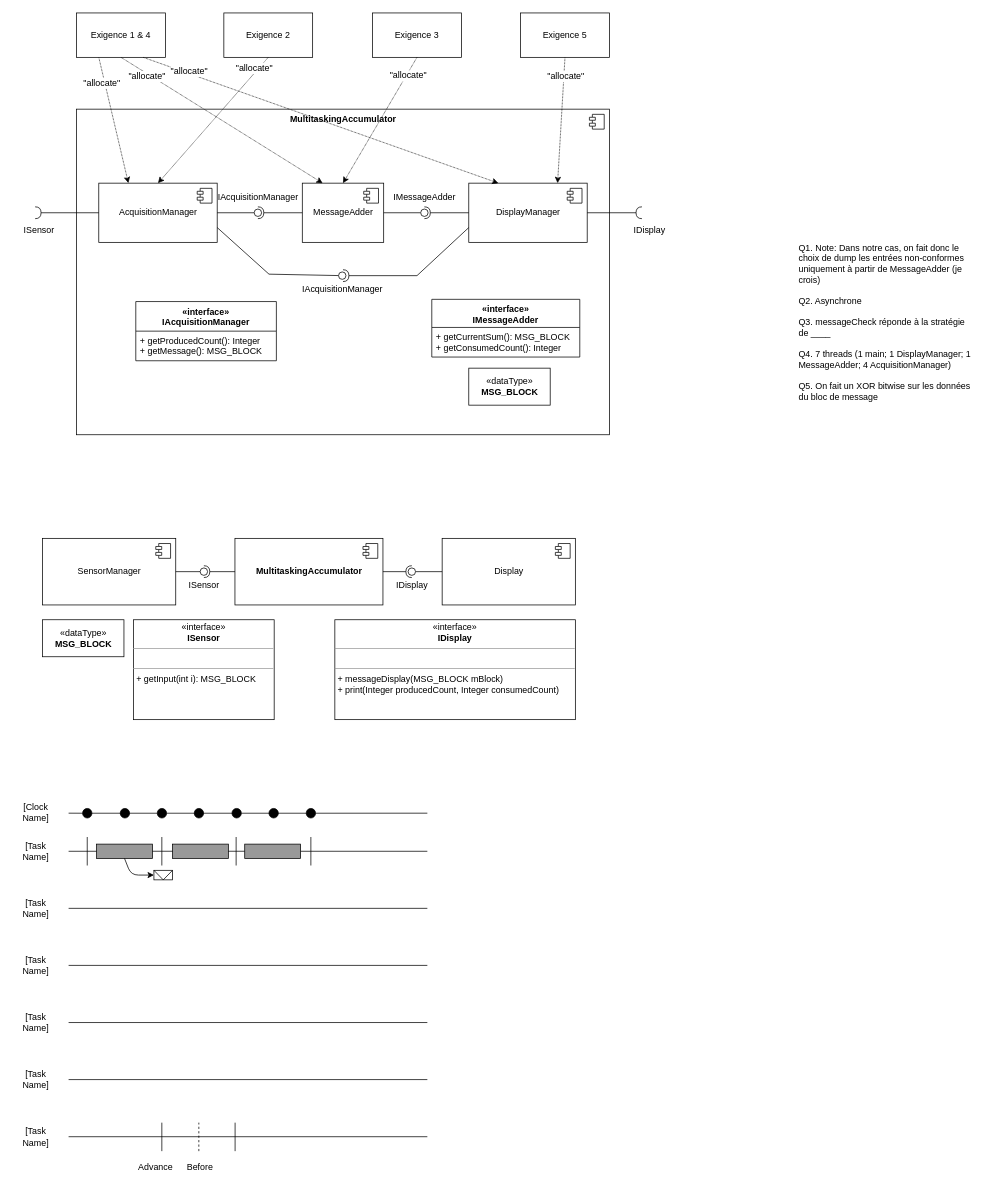
Above: exercice-1/diagrams/conception.drawio in uItimatech/multitasking_training_practical_work (draw.io), before the change. Source tidied: cells renumbered, new cells numbered last; positions are measured from the earlier drawing's top-left corner, leaving out a move shared by most shapes. Both pictures are drawn from the tidied source at 74%, with x=0, y=0 at pixel (13, 13).
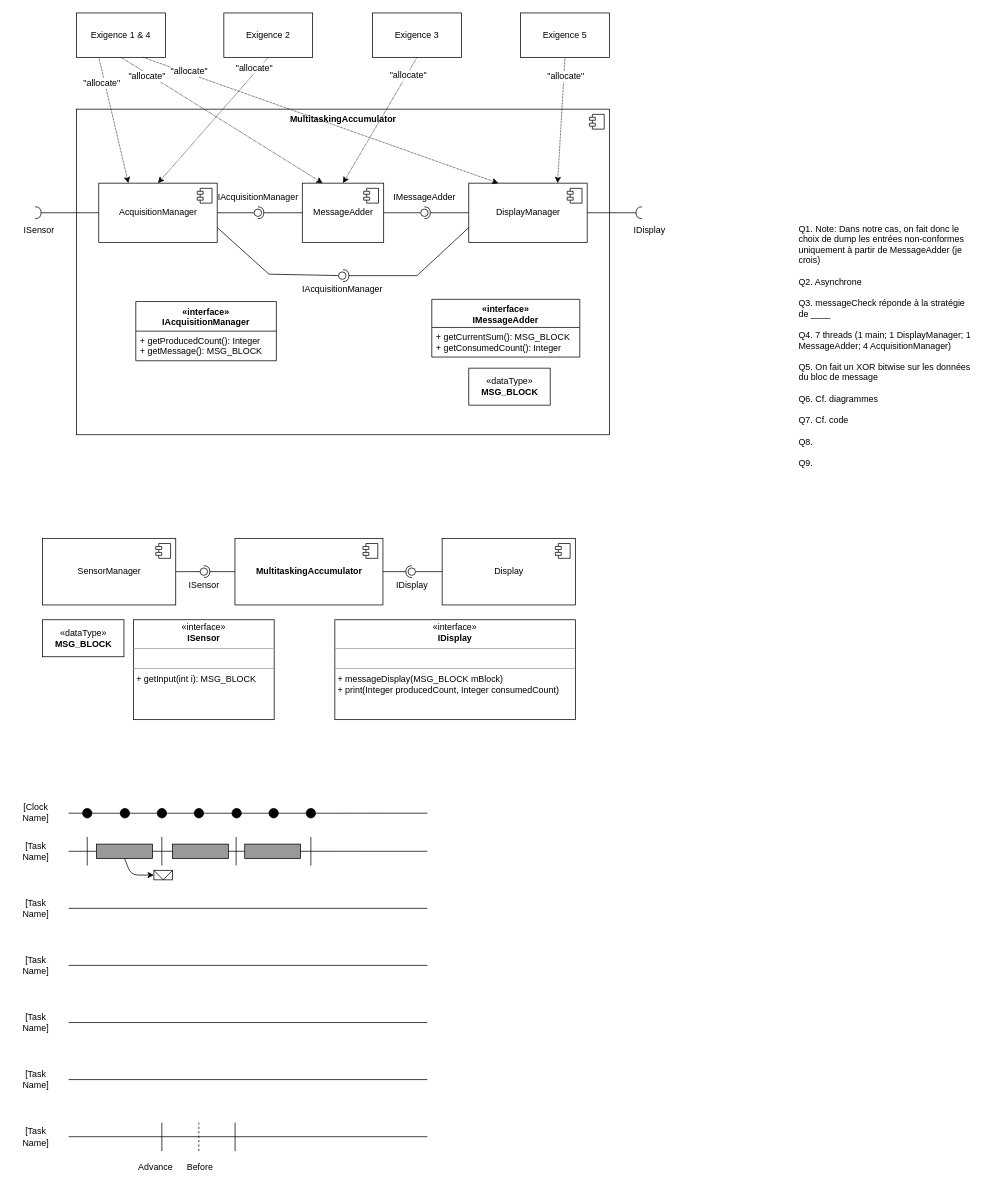
After the change.

Commit message (it also covers changes not shown here):
feat(puml): add sequence diagram

What changed in the source:
```diff
@@
-    <mxCell id="109" value="Q1. Note: Dans notre cas, on fait donc le choix de dump les entrées non-conformes uniquement à partir de MessageAdder (je crois)&lt;div&gt;&lt;br&gt;&lt;/div&gt;&lt;div&gt;&lt;span style=&quot;color: rgb(0, 0, 0);&quot;&gt;Q2. Asynchrone&lt;/span&gt;&lt;/div&gt;&lt;div&gt;&lt;span style=&quot;color: rgb(0, 0, 0);&quot;&gt;&lt;br&gt;&lt;/span&gt;&lt;/div&gt;&lt;div&gt;&lt;span style=&quot;color: rgb(0, 0, 0);&quot;&gt;Q3. messageCheck réponde à la stratégie de ____&lt;/span&gt;&lt;/div&gt;&lt;div&gt;&lt;span style=&quot;color: rgb(0, 0, 0);&quot;&gt;&lt;br&gt;&lt;/span&gt;&lt;/div&gt;&lt;div&gt;&lt;span style=&quot;color: rgb(0, 0, 0);&quot;&gt;Q4. 7 threads (1 main; 1 DisplayManager; 1 MessageAdder; 4 AcquisitionManager)&lt;/span&gt;&lt;/div&gt;&lt;div&gt;&lt;span style=&quot;color: rgb(0, 0, 0);&quot;&gt;&lt;br&gt;&lt;/span&gt;&lt;/div&gt;&lt;div&gt;&lt;span style=&quot;color: rgb(0, 0, 0);&quot;&gt;Q5. On fait un XOR bitwise sur les données du bloc de message&lt;/span&gt;&lt;/div&gt;" style="text;html=1;whiteSpace=wrap;strokeColor=none;fillColor=none;align=left;verticalAlign=middle;rounded=0;" parent="1" vertex="1">
-      <mxGeometry x="1060" y="265" width="240" height="305" as="geometry" />
+    <mxCell id="109" value="Q1. Note: Dans notre cas, on fait donc le choix de dump les entrées non-conformes uniquement à partir de MessageAdder (je crois)&lt;div&gt;&lt;br&gt;&lt;/div&gt;&lt;div&gt;&lt;span style=&quot;color: rgb(0, 0, 0);&quot;&gt;Q2. Asynchrone&lt;/span&gt;&lt;/div&gt;&lt;div&gt;&lt;span style=&quot;color: rgb(0, 0, 0);&quot;&gt;&lt;br&gt;&lt;/span&gt;&lt;/div&gt;&lt;div&gt;&lt;span style=&quot;color: rgb(0, 0, 0);&quot;&gt;Q3. messageCheck réponde à la stratégie de ____&lt;/span&gt;&lt;/div&gt;&lt;div&gt;&lt;span style=&quot;color: rgb(0, 0, 0);&quot;&gt;&lt;br&gt;&lt;/span&gt;&lt;/div&gt;&lt;div&gt;&lt;span style=&quot;color: rgb(0, 0, 0);&quot;&gt;Q4. 7 threads (1 main; 1 DisplayManager; 1 MessageAdder; 4 AcquisitionManager)&lt;/span&gt;&lt;/div&gt;&lt;div&gt;&lt;span style=&quot;color: rgb(0, 0, 0);&quot;&gt;&lt;br&gt;&lt;/span&gt;&lt;/div&gt;&lt;div&gt;&lt;span style=&quot;color: rgb(0, 0, 0);&quot;&gt;Q5. On fait un XOR bitwise sur les données du bloc de message&lt;/span&gt;&lt;/div&gt;&lt;div&gt;&lt;span style=&quot;color: rgb(0, 0, 0);&quot;&gt;&lt;br&gt;&lt;/span&gt;&lt;/div&gt;&lt;div&gt;&lt;span style=&quot;color: rgb(0, 0, 0);&quot;&gt;Q6. Cf. diagrammes&lt;/span&gt;&lt;/div&gt;&lt;div&gt;&lt;span style=&quot;color: rgb(0, 0, 0);&quot;&gt;&lt;br&gt;&lt;/span&gt;&lt;/div&gt;&lt;div&gt;&lt;span style=&quot;color: rgb(0, 0, 0);&quot;&gt;Q7. Cf. code&lt;/span&gt;&lt;/div&gt;&lt;div&gt;&lt;span style=&quot;color: rgb(0, 0, 0);&quot;&gt;&lt;br&gt;&lt;/span&gt;&lt;/div&gt;&lt;div&gt;&lt;span style=&quot;color: rgb(0, 0, 0);&quot;&gt;Q8.&lt;/span&gt;&lt;/div&gt;&lt;div&gt;&lt;span style=&quot;color: rgb(0, 0, 0);&quot;&gt;&lt;br&gt;&lt;/span&gt;&lt;/div&gt;&lt;div&gt;&lt;span style=&quot;color: rgb(0, 0, 0);&quot;&gt;Q9.&lt;/span&gt;&lt;/div&gt;" style="text;html=1;whiteSpace=wrap;strokeColor=none;fillColor=none;align=left;verticalAlign=middle;rounded=0;" parent="1" vertex="1">
+      <mxGeometry x="1060" y="265" width="240" height="370" as="geometry" />
     </mxCell>
```
